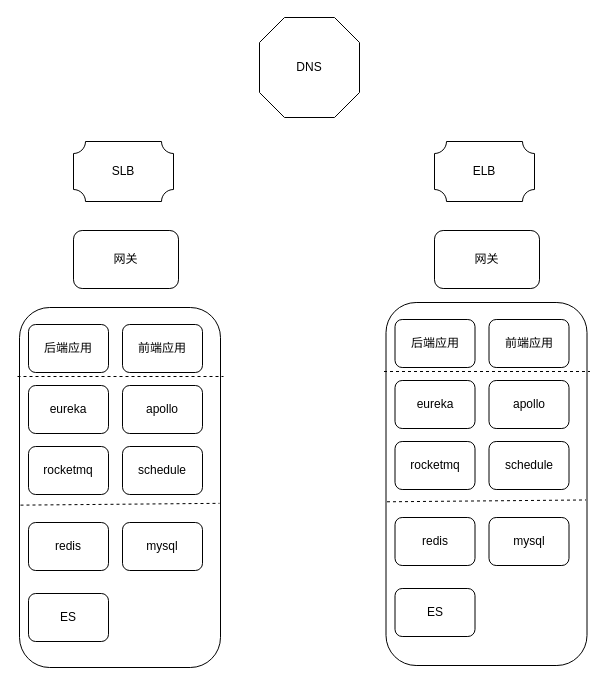
mingtian110/pc_home keeps this draw.io diagram as 华为云迁移灰度.drawio. Above is the earlier version. Source tidied: cells renumbered, new cells numbered last; positions are measured from the earlier drawing's top-left corner, leaving out a move shared by most shapes. Both pictures are drawn from the tidied source at 100%, with x=0, y=0 at pixel (17, 17).
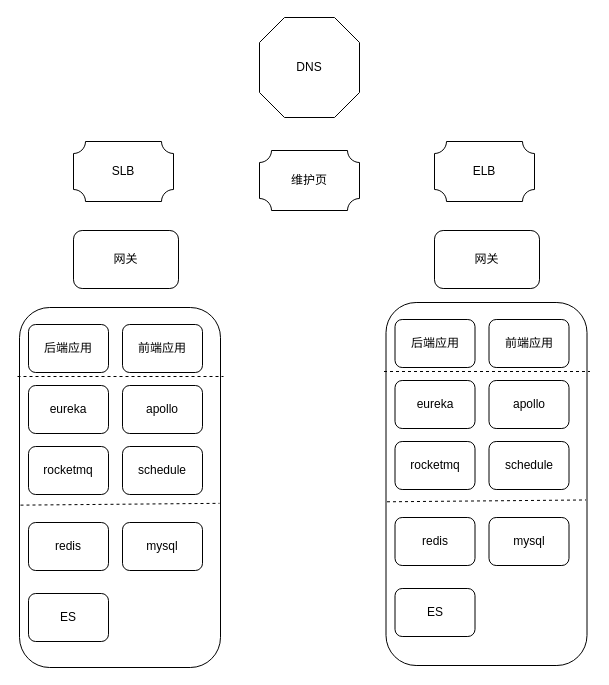
The same page after the edit.

Commit message (it also covers changes not shown here):
更新华为云迁移灰度.drawio

The edit, as a diff of the source:
```diff
@@
+    <mxCell id="34" style="verticalLabelPosition=bottom;verticalAlign=top;html=1;shape=mxgraph.basic.plaque;dx=6;" parent="1" vertex="1">
+      <mxGeometry x="242" y="133" width="100" height="60" as="geometry" />
+    </mxCell>
+    <mxCell id="35" value="维护页" style="text;html=1;strokeColor=none;fillColor=none;align=center;verticalAlign=middle;whiteSpace=wrap;rounded=0;" parent="1" vertex="1">
+      <mxGeometry x="272" y="153" width="40" height="20" as="geometry" />
+    </mxCell>
```
